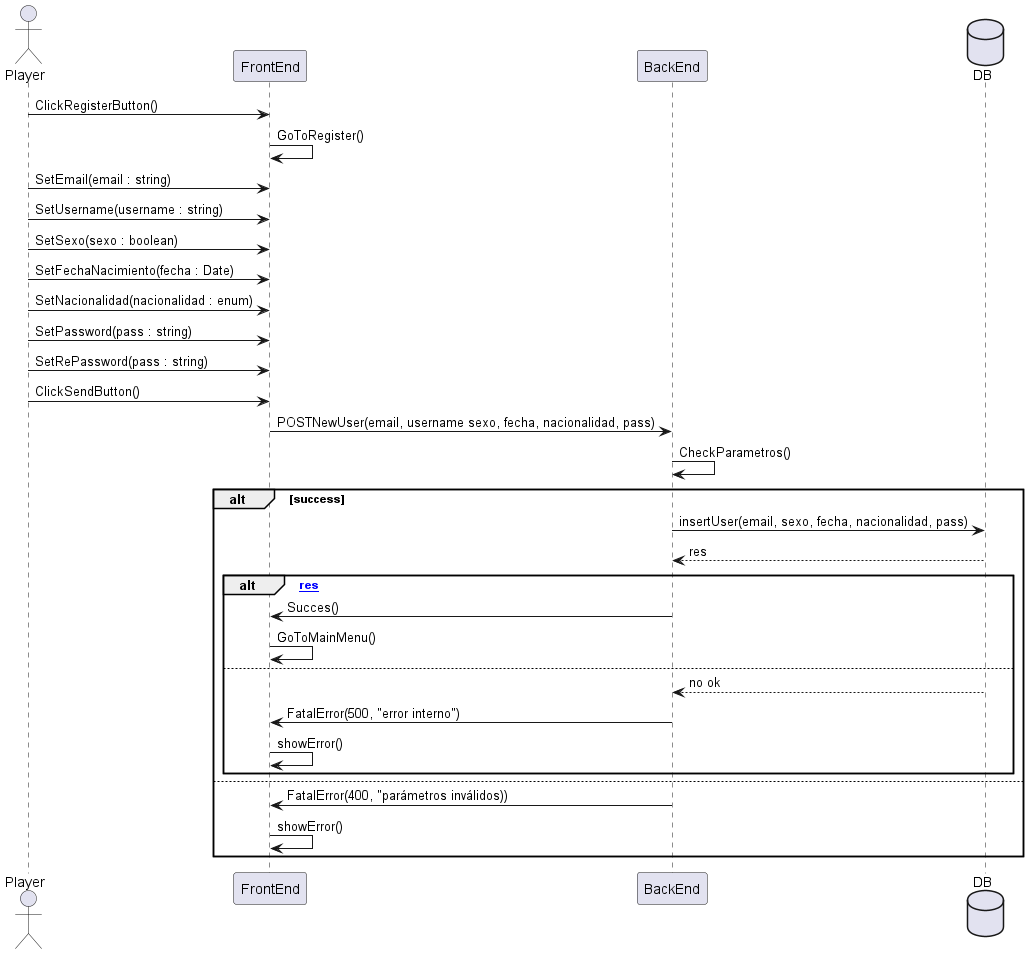
UNIZAR-30226-2024-02/Back-end keeps this PlantUML diagram as SequenceDiagrams/registerNewUser.png. Above is the earlier version. Source of this version:
```plantuml
@startuml
actor Player
Player -> FrontEnd : ClickRegisterButton()
FrontEnd -> FrontEnd : GoToRegister()
Player -> FrontEnd : SetEmail(email : string)
Player -> FrontEnd : SetUsername(username : string)
Player -> FrontEnd : SetSexo(sexo : boolean)
Player -> FrontEnd : SetFechaNacimiento(fecha : Date)
Player -> FrontEnd : SetNacionalidad(nacionalidad : enum)
Player -> FrontEnd : SetPassword(pass : string)
Player -> FrontEnd : SetRePassword(pass : string)
Player -> FrontEnd : ClickSendButton()
FrontEnd -> BackEnd : POSTNewUser(email, username sexo, fecha, nacionalidad, pass)
BackEnd -> BackEnd : CheckParametros()
database DB
alt success
	BackEnd -> DB : insertUser(email, sexo, fecha, nacionalidad, pass)
	DB --> BackEnd : res
	alt [res]
		BackEnd -> FrontEnd : Succes()
		FrontEnd -> FrontEnd : GoToMainMenu()
	else
		DB --> BackEnd : no ok
		BackEnd -> FrontEnd : FatalError(500, "error interno")
		FrontEnd -> FrontEnd : showError()
		end
else
	BackEnd -> FrontEnd: FatalError(400, "parámetros inválidos))
	FrontEnd -> FrontEnd : showError()
	end

@enduml
```
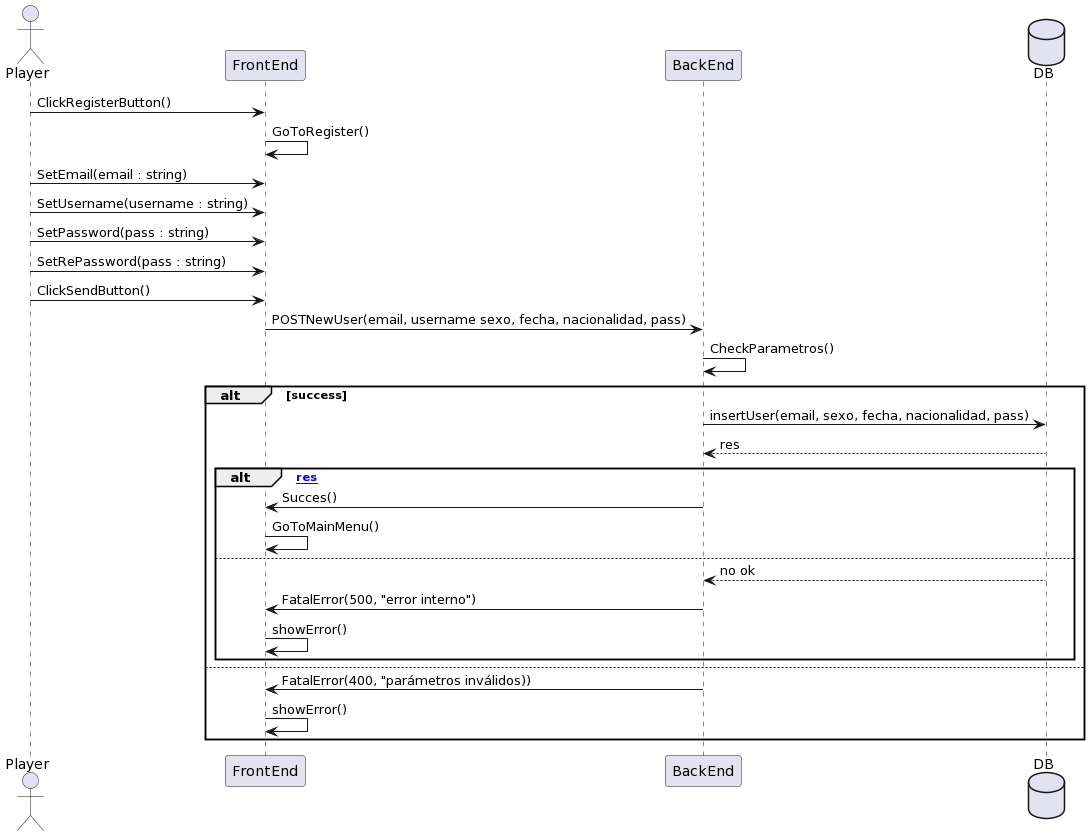
After the change.

Change to the diagram source:
```diff
@@ -4,9 +4,6 @@
 FrontEnd -> FrontEnd : GoToRegister()
 Player -> FrontEnd : SetEmail(email : string)
 Player -> FrontEnd : SetUsername(username : string)
-Player -> FrontEnd : SetSexo(sexo : boolean)
-Player -> FrontEnd : SetFechaNacimiento(fecha : Date)
-Player -> FrontEnd : SetNacionalidad(nacionalidad : enum)
 Player -> FrontEnd : SetPassword(pass : string)
 Player -> FrontEnd : SetRePassword(pass : string)
 Player -> FrontEnd : ClickSendButton()
@@ -28,5 +25,4 @@
 	BackEnd -> FrontEnd: FatalError(400, "parámetros inválidos))
 	FrontEnd -> FrontEnd : showError()
 	end
-
 @enduml
```
